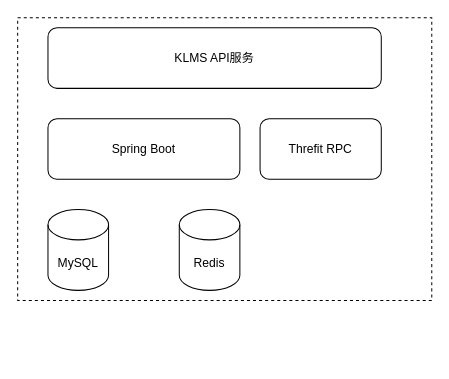
The draw.io diagram KMIP3 Diagram.drawio in twoconk/guaniu, before the edit. Source tidied: cells renumbered, new cells numbered last; positions are measured from the earlier drawing's top-left corner, leaving out a move shared by most shapes. Both pictures are drawn from the tidied source at 101%, with x=0, y=0 at pixel (17, 17).
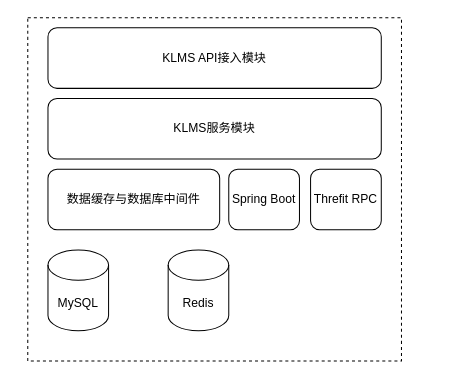
After the change.

What changed in the source:
```diff
@@
 <mxGraphModel>
   <root>
     <mxCell id="0" />
     <mxCell id="1" parent="0" />
     <mxCell id="2" style="rounded=0;whiteSpace=wrap;html=1;dashed=1;" parent="1" vertex="1">
-      <mxGeometry width="410" height="280" as="geometry" />
+      <mxGeometry x="10" width="370" height="340" as="geometry" />
     </mxCell>
     <mxCell id="3" value="Spring Boot" style="rounded=1;whiteSpace=wrap;html=1;" parent="1" vertex="1">
-      <mxGeometry x="30" y="100" width="190" height="60" as="geometry" />
+      <mxGeometry x="209" y="150" width="70" height="60" as="geometry" />
     </mxCell>
     <mxCell id="4" value="MySQL" style="shape=cylinder3;whiteSpace=wrap;html=1;boundedLbl=1;backgroundOutline=1;size=15;" parent="1" vertex="1">
-      <mxGeometry x="30" y="190" width="60" height="80" as="geometry" />
+      <mxGeometry x="30" y="230" width="60" height="80" as="geometry" />
     </mxCell>
     <mxCell id="5" value="Redis" style="shape=cylinder3;whiteSpace=wrap;html=1;boundedLbl=1;backgroundOutline=1;size=15;" parent="1" vertex="1">
-      <mxGeometry x="160" y="190" width="60" height="80" as="geometry" />
+      <mxGeometry x="149" y="230" width="60" height="80" as="geometry" />
     </mxCell>
     <mxCell id="6" value="Threfit RPC" style="rounded=1;whiteSpace=wrap;html=1;" parent="1" vertex="1">
-      <mxGeometry x="240" y="100" width="120" height="60" as="geometry" />
+      <mxGeometry x="290" y="150" width="70" height="60" as="geometry" />
     </mxCell>
-    <mxCell id="7" value="KLMS API服务" style="rounded=1;whiteSpace=wrap;html=1;" parent="1" vertex="1">
+    <mxCell id="7" value="KLMS API接入模块" style="rounded=1;whiteSpace=wrap;html=1;" parent="1" vertex="1">
       <mxGeometry x="30" y="10" width="330" height="60" as="geometry" />
     </mxCell>
+    <mxCell id="8" value="KLMS服务模块" style="rounded=1;whiteSpace=wrap;html=1;" parent="1" vertex="1">
+      <mxGeometry x="30" y="80" width="330" height="60" as="geometry" />
+    </mxCell>
+    <mxCell id="9" value="数据缓存与数据库中间件" style="rounded=1;whiteSpace=wrap;html=1;" parent="1" vertex="1">
+      <mxGeometry x="30" y="150" width="170" height="60" as="geometry" />
+    </mxCell>
   </root>
 </mxGraphModel>
```
